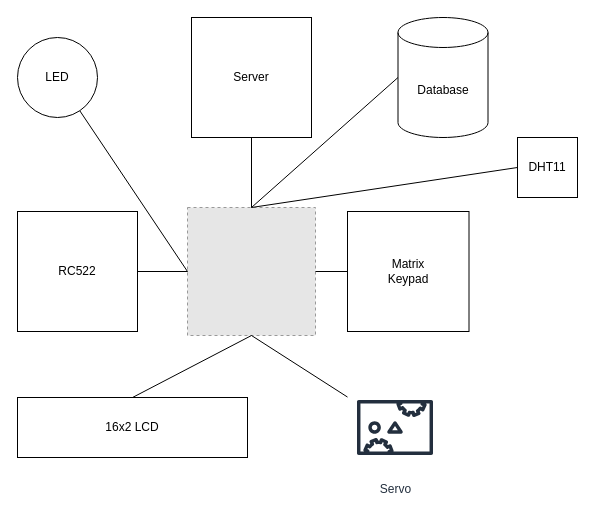
This is docs/imgs/system-overview.drawio from 49e94b8f256530dc0d41f740dfe8a4c1/wfrnfc, a draw.io file, before an edit. Source tidied: cells renumbered, new cells numbered last; positions are measured from the earlier drawing's top-left corner, leaving out a move shared by most shapes. Both pictures are drawn from the tidied source at 100%, with x=0, y=0 at pixel (17, 17). Pictures stored in the file or linked from it are replaced by grey dashed boxes.
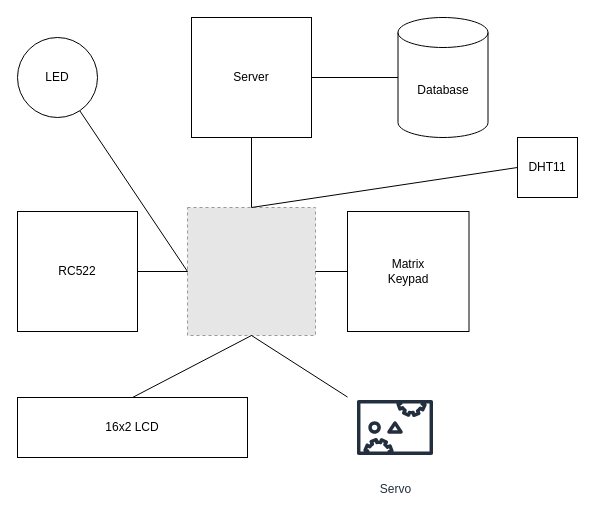
The same page after the edit.

The edit, as a diff of the source:
```diff
@@
 <mxGraphModel>
   <root>
     <mxCell id="0" />
     <mxCell id="1" parent="0" />
     <mxCell id="2" value="Database" style="shape=cylinder3;whiteSpace=wrap;html=1;boundedLbl=1;backgroundOutline=1;size=15;" parent="1" vertex="1">
       <mxGeometry x="380.5" width="90" height="120" as="geometry" />
     </mxCell>
     <mxCell id="3" style="fillColor=#E6E6E6;strokeColor=#999999;dashed=1;html=1;verticalAlign=top;verticalLabelPosition=bottom;labelBackgroundColor=#ffffff;" parent="1" vertex="1">
       <mxGeometry x="170" y="190" width="128" height="128" as="geometry" />
     </mxCell>
     <mxCell id="4" value="RC522" style="rounded=0;whiteSpace=wrap;html=1;" parent="1" vertex="1">
       <mxGeometry y="194" width="120" height="120" as="geometry" />
     </mxCell>
     <mxCell id="5" value="16x2 LCD" style="rounded=0;whiteSpace=wrap;html=1;" parent="1" vertex="1">
       <mxGeometry y="380" width="230" height="60" as="geometry" />
     </mxCell>
     <mxCell id="6" style="endArrow=none;html=1;entryX=0;entryY=0.5;entryDx=0;entryDy=0;exitX=1;exitY=0.5;exitDx=0;exitDy=0;" parent="1" edge="1" source="4" target="3">
       <mxGeometry relative="1" as="geometry" />
     </mxCell>
     <mxCell id="7" style="endArrow=none;html=1;entryX=0.5;entryY=1;entryDx=0;entryDy=0;exitX=0.5;exitY=0;exitDx=0;exitDy=0;" parent="1" edge="1" source="5" target="3">
       <mxGeometry relative="1" as="geometry" />
     </mxCell>
     <mxCell id="8" value="Server" style="whiteSpace=wrap;html=1;" parent="1" vertex="1">
       <mxGeometry x="174" width="120" height="120" as="geometry" />
     </mxCell>
     <mxCell id="9" style="endArrow=none;html=1;entryX=0.5;entryY=1;entryDx=0;entryDy=0;exitX=0.5;exitY=0;exitDx=0;exitDy=0;" parent="1" edge="1" source="3" target="8">
       <mxGeometry relative="1" as="geometry" />
     </mxCell>
-    <mxCell id="10" style="endArrow=none;html=1;exitX=0.5;exitY=0;exitDx=0;exitDy=0;entryX=0;entryY=0.5;entryDx=0;entryDy=0;entryPerimeter=0;" parent="1" edge="1" source="3" target="2">
-      <mxGeometry relative="1" as="geometry" />
-    </mxCell>
     <mxCell id="11" value="Matrix&lt;br&gt;Keypad" style="whiteSpace=wrap;html=1;" parent="1" vertex="1">
       <mxGeometry x="330" y="194" width="121.5" height="120" as="geometry" />
     </mxCell>
     <mxCell id="12" style="endArrow=none;html=1;entryX=0;entryY=0.5;entryDx=0;entryDy=0;" parent="1" edge="1" source="3" target="11">
       <mxGeometry relative="1" as="geometry" />
     </mxCell>
     <mxCell id="13" value="Servo" style="outlineConnect=0;fontColor=#232F3E;gradientColor=none;strokeColor=#232F3E;fillColor=#ffffff;dashed=0;verticalLabelPosition=bottom;verticalAlign=top;align=center;html=1;fontSize=12;fontStyle=0;shape=mxgraph.aws4.resourceIcon;resIcon=mxgraph.aws4.servo;" parent="1" vertex="1">
       <mxGeometry x="330" y="362.5" width="95" height="95" as="geometry" />
     </mxCell>
     <mxCell id="14" style="endArrow=none;html=1;entryX=0.5;entryY=1;entryDx=0;entryDy=0;" parent="1" edge="1" source="13" target="3">
       <mxGeometry relative="1" as="geometry" />
     </mxCell>
     <mxCell id="15" value="LED" style="ellipse;whiteSpace=wrap;html=1;" parent="1" vertex="1">
       <mxGeometry y="20" width="80" height="80" as="geometry" />
     </mxCell>
     <mxCell id="16" style="endArrow=none;html=1;exitX=0;exitY=0.5;exitDx=0;exitDy=0;" parent="1" edge="1" source="3" target="15">
       <mxGeometry relative="1" as="geometry" />
     </mxCell>
+    <mxCell id="19" style="endArrow=none;html=1;" parent="1" edge="1" source="8" target="2">
+      <mxGeometry relative="1" as="geometry" />
+    </mxCell>
     <mxCell id="17" value="DHT11" style="rounded=0;whiteSpace=wrap;html=1;" parent="1" vertex="1">
       <mxGeometry x="500" y="120" width="60" height="60" as="geometry" />
     </mxCell>
     <mxCell id="18" style="endArrow=none;html=1;entryX=0;entryY=0.5;entryDx=0;entryDy=0;exitX=0.5;exitY=0;exitDx=0;exitDy=0;" parent="1" edge="1" source="3" target="17">
       <mxGeometry relative="1" as="geometry" />
     </mxCell>
   </root>
 </mxGraphModel>
```
